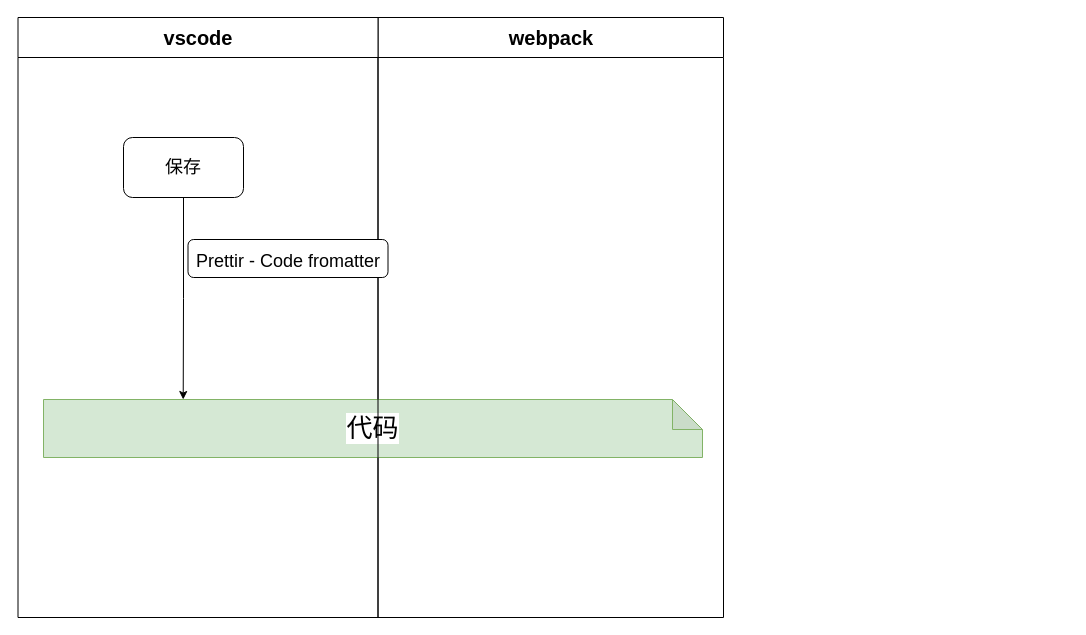
Before: 代码格式化.drawio in hottaiger/gitTest, a draw.io diagram. Source tidied: cells renumbered, new cells numbered last; positions are measured from the earlier drawing's top-left corner, leaving out a move shared by most shapes. Both pictures are drawn from the tidied source at 100%, with x=0, y=0 at pixel (17, 17).
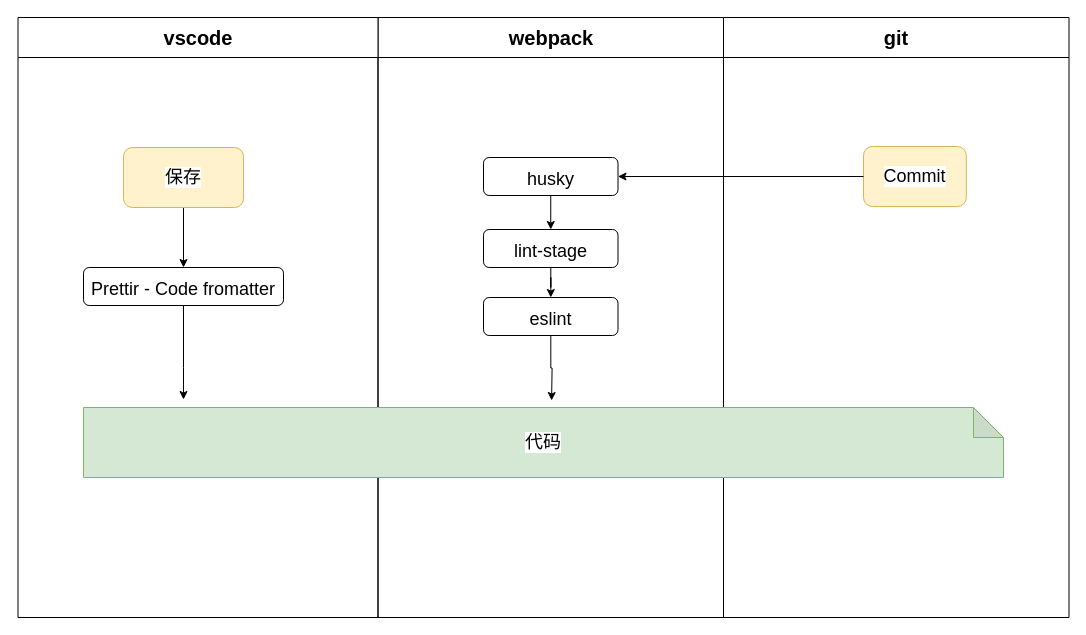
After the change.

Commit message:
更新代码格式化.drawio

Unchanged cells that the change refers to:
```xml
<mxCell id="2" value="webpack" style="swimlane;whiteSpace=wrap;fontSize=20;startSize=40;" parent="1" vertex="1">
  <mxGeometry x="360.5" width="345.5" height="600" as="geometry" />
</mxCell>
<mxCell id="4" value="vscode" style="swimlane;whiteSpace=wrap;startSize=40;fontSize=20;" parent="1" vertex="1">
  <mxGeometry x="0.5" width="360" height="600" as="geometry" />
</mxCell>
```

What changed in the source:
```diff
@@
-    <mxCell id="3" value="&lt;font style=&quot;font-size: 26px;&quot;&gt;代码&lt;/font&gt;" style="shape=note;whiteSpace=wrap;html=1;backgroundOutline=1;darkOpacity=0.05;labelBackgroundColor=#FFFFFF;fontSize=15;fillColor=#d5e8d4;strokeColor=#82b366;" parent="2" vertex="1">
-      <mxGeometry x="-334.5" y="382" width="659" height="58" as="geometry" />
-    </mxCell>
+    <mxCell id="8" style="edgeStyle=orthogonalEdgeStyle;rounded=0;jettySize=auto;html=1;exitX=0.5;exitY=1;exitDx=0;exitDy=0;entryX=0.5;entryY=0;entryDx=0;entryDy=0;" parent="2" edge="1" source="9" target="11">
+      <mxGeometry relative="1" as="geometry" />
+    </mxCell>
+    <mxCell id="9" value="&lt;font style=&quot;font-size: 18px; line-height: 1;&quot;&gt;husky&lt;/font&gt;" style="rounded=1;whiteSpace=wrap;html=1;labelBackgroundColor=#FFFFFF;fontSize=26;fontColor=#000000;strokeWidth=1;" parent="2" vertex="1">
+      <mxGeometry x="105.5" y="140" width="134.5" height="38" as="geometry" />
+    </mxCell>
+    <mxCell id="10" style="edgeStyle=orthogonalEdgeStyle;rounded=0;jettySize=auto;html=1;" parent="2" edge="1" source="11" target="13">
+      <mxGeometry relative="1" as="geometry" />
+    </mxCell>
+    <mxCell id="11" value="&lt;font style=&quot;font-size: 18px; line-height: 1;&quot;&gt;lint-stage&lt;/font&gt;" style="rounded=1;whiteSpace=wrap;html=1;labelBackgroundColor=#FFFFFF;fontSize=26;fontColor=#000000;strokeWidth=1;" parent="2" vertex="1">
+      <mxGeometry x="105.5" y="212" width="134.5" height="38" as="geometry" />
+    </mxCell>
+    <mxCell id="12" style="edgeStyle=orthogonalEdgeStyle;rounded=0;jettySize=auto;html=1;entryX=0.771;entryY=0.017;entryDx=0;entryDy=0;entryPerimeter=0;" parent="2" edge="1" source="13">
+      <mxGeometry relative="1" as="geometry">
+        <mxPoint x="173.6" y="383" as="targetPoint" />
+      </mxGeometry>
+    </mxCell>
+    <mxCell id="13" value="&lt;font style=&quot;font-size: 18px; line-height: 1;&quot;&gt;eslint&lt;/font&gt;" style="rounded=1;whiteSpace=wrap;html=1;labelBackgroundColor=#FFFFFF;fontSize=26;fontColor=#000000;strokeWidth=1;" parent="2" vertex="1">
+      <mxGeometry x="105.5" y="280" width="134.5" height="38" as="geometry" />
+    </mxCell>
@@
+    <mxCell id="14" style="edgeStyle=orthogonalEdgeStyle;rounded=0;jettySize=auto;html=1;" parent="4" edge="1" source="5" target="6">
+      <mxGeometry relative="1" as="geometry" />
+    </mxCell>
-    <mxCell id="5" value="保存" style="rounded=1;whiteSpace=wrap;html=1;labelBackgroundColor=#FFFFFF;fontSize=18;fontColor=#000000;strokeWidth=1;" parent="4" vertex="1">
-      <mxGeometry x="105.5" y="120" width="120" height="60" as="geometry" />
+    <mxCell id="5" value="保存" style="rounded=1;whiteSpace=wrap;html=1;labelBackgroundColor=#FFFFFF;fontSize=18;strokeWidth=1;fillColor=#fff2cc;strokeColor=#d6b656;" parent="4" vertex="1">
+      <mxGeometry x="105.5" y="130" width="120" height="60" as="geometry" />
     </mxCell>
     <mxCell id="6" value="&lt;font style=&quot;font-size: 18px; line-height: 1;&quot;&gt;Prettir - Code fromatter&lt;/font&gt;" style="rounded=1;whiteSpace=wrap;html=1;labelBackgroundColor=#FFFFFF;fontSize=26;fontColor=#000000;strokeWidth=1;" parent="4" vertex="1">
-      <mxGeometry x="170" y="222" width="200" height="38" as="geometry" />
+      <mxGeometry x="65.5" y="250" width="200" height="38" as="geometry" />
     </mxCell>
-    <mxCell id="7" style="edgeStyle=orthogonalEdgeStyle;rounded=0;jettySize=auto;html=1;entryX=0.212;entryY=0;entryDx=0;entryDy=0;entryPerimeter=0;fontSize=18;fontColor=#000000;" parent="1" edge="1" source="5" target="3">
-      <mxGeometry relative="1" as="geometry" />
-    </mxCell>
+    <mxCell id="15" value="git" style="swimlane;whiteSpace=wrap;fontSize=20;startSize=40;" parent="1" vertex="1">
+      <mxGeometry x="706" width="345.5" height="600" as="geometry" />
+    </mxCell>
+    <mxCell id="16" value="Commit" style="rounded=1;whiteSpace=wrap;html=1;labelBackgroundColor=#FFFFFF;fontSize=18;strokeWidth=1;fillColor=#fff2cc;strokeColor=#d6b656;" parent="15" vertex="1">
+      <mxGeometry x="140" y="129" width="102.8" height="60" as="geometry" />
+    </mxCell>
+    <mxCell id="3" value="&lt;font style=&quot;font-size: 18px;&quot;&gt;代码&lt;/font&gt;" style="shape=note;whiteSpace=wrap;html=1;backgroundOutline=1;darkOpacity=0.05;fillColor=#d5e8d4;strokeColor=#82b366;labelBackgroundColor=default;" parent="15" vertex="1">
+      <mxGeometry x="-640" y="390" width="920" height="70" as="geometry" />
+    </mxCell>
+    <mxCell id="17" style="edgeStyle=orthogonalEdgeStyle;rounded=0;jettySize=auto;html=1;entryX=1;entryY=0.5;entryDx=0;entryDy=0;" parent="1" edge="1" source="16" target="9">
+      <mxGeometry relative="1" as="geometry" />
+    </mxCell>
+    <mxCell id="18" style="edgeStyle=orthogonalEdgeStyle;rounded=0;jettySize=auto;html=1;" parent="1" edge="1" source="6">
+      <mxGeometry relative="1" as="geometry">
+        <mxPoint x="166" y="382" as="targetPoint" />
+        <Array as="points">
+          <mxPoint x="166" y="350" />
+          <mxPoint x="166" y="350" />
+        </Array>
+      </mxGeometry>
+    </mxCell>
```
